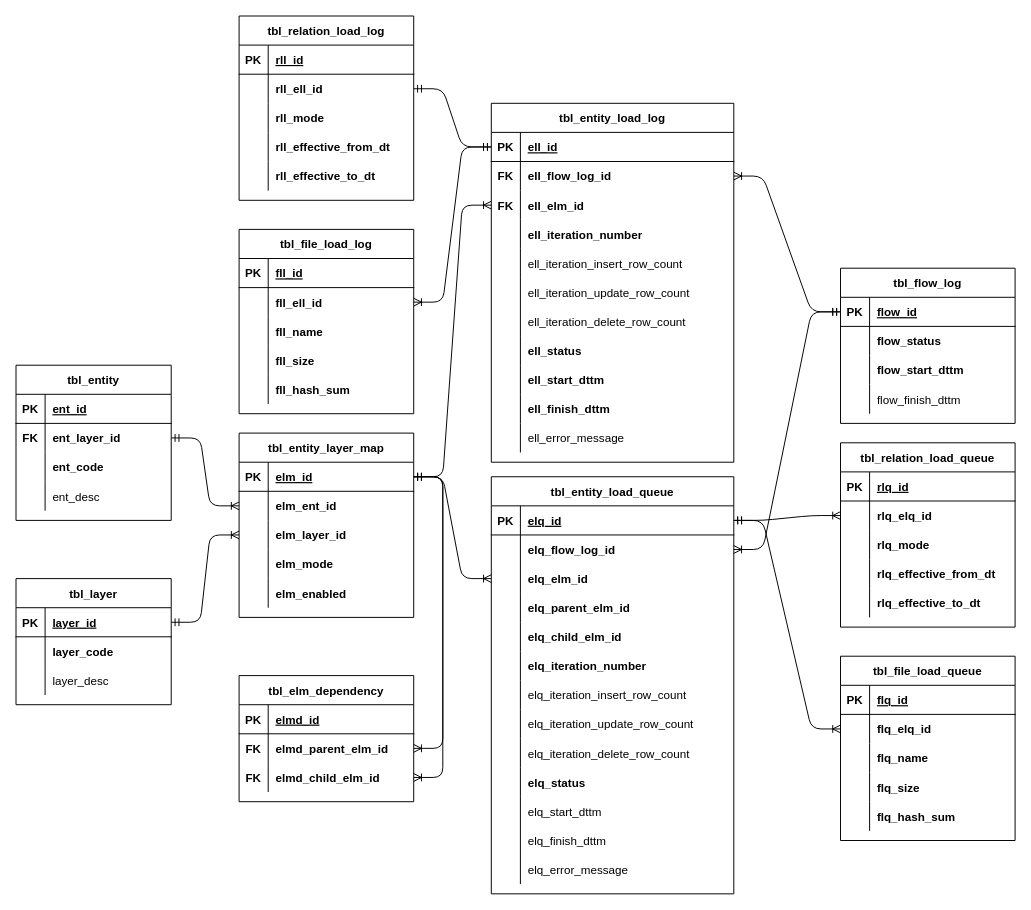
Above: erd/meta.drawio in pw095/Amanauz (draw.io), before the change. Source tidied: cells renumbered, new cells numbered last; positions are measured from the earlier drawing's top-left corner, leaving out a move shared by most shapes. Both pictures are drawn from the tidied source at 97%, with x=0, y=0 at pixel (16, 16).
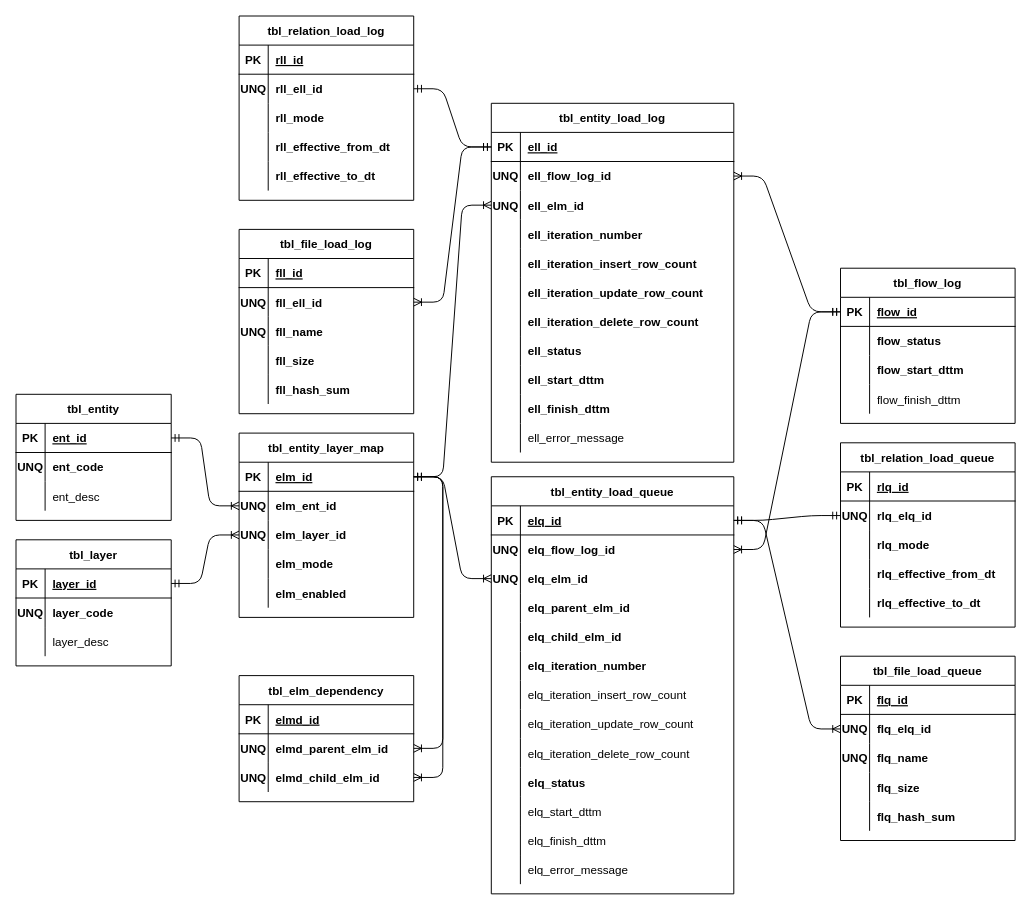
The same diagram, later.

Commit message:
Исправить опечатки в ER-диаграмме слоя метаданных

The change refers to these unchanged cells:
```xml
<mxCell id="6" style="shape=partialRectangle;fillColor=none;top=0;left=0;right=0;bottom=0;" parent="2" vertex="1">
  <mxGeometry y="60" width="160" height="30" as="geometry" />
</mxCell>
<mxCell id="26" style="shape=partialRectangle;fillColor=none;points=[[0,0.5],[1,0.5]];portConstraint=eastwest;top=0;left=0;right=0;bottom=1;" parent="25" vertex="1">
  <mxGeometry y="30" width="160" height="30" as="geometry" />
</mxCell>
<mxCell id="44" style="shape=partialRectangle;fillColor=none;top=0;left=0;bottom=0;right=0;points=[[0,0.5],[1,0.5]];portConstraint=eastwest;" parent="40" vertex="1">
  <mxGeometry y="60" width="250" height="30" as="geometry" />
</mxCell>
<mxCell id="47" style="shape=partialRectangle;fillColor=none;top=0;left=0;bottom=0;right=0;points=[[0,0.5],[1,0.5]];portConstraint=eastwest;" parent="40" vertex="1">
  <mxGeometry y="90" width="250" height="30" as="geometry" />
</mxCell>
<mxCell id="53" style="shape=partialRectangle;fillColor=none;top=0;left=0;bottom=0;right=0;" parent="40" vertex="1">
  <mxGeometry y="150" width="250" height="30" as="geometry" />
</mxCell>
<mxCell id="56" style="shape=partialRectangle;fillColor=none;top=0;left=0;bottom=0;right=0;" parent="40" vertex="1">
  <mxGeometry y="180" width="250" height="30" as="geometry" />
</mxCell>
<mxCell id="59" style="shape=partialRectangle;fillColor=none;top=0;left=0;bottom=0;right=0;" parent="40" vertex="1">
  <mxGeometry y="210" width="250" height="30" as="geometry" />
</mxCell>
<mxCell id="79" style="shape=partialRectangle;fillColor=none;top=0;left=0;bottom=0;right=0;points=[[0,0.5],[1,0.5]];portConstraint=eastwest;" parent="75" vertex="1">
  <mxGeometry y="60" width="180" height="30" as="geometry" />
</mxCell>
<mxCell id="96" style="shape=partialRectangle;fillColor=none;top=0;left=0;bottom=0;right=0;points=[[0,0.5],[1,0.5]];portConstraint=eastwest;" parent="92" vertex="1">
  <mxGeometry y="60" width="180" height="30" as="geometry" />
</mxCell>
<mxCell id="99" style="shape=partialRectangle;fillColor=none;top=0;left=0;bottom=0;right=0;" parent="92" vertex="1">
  <mxGeometry y="90" width="180" height="30" as="geometry" />
</mxCell>
<mxCell id="113" style="shape=partialRectangle;fillColor=none;top=0;left=0;bottom=0;right=0;points=[[0,0.5],[1,0.5]];portConstraint=eastwest;" parent="109" vertex="1">
  <mxGeometry y="60" width="180" height="30" as="geometry" />
</mxCell>
<mxCell id="116" style="shape=partialRectangle;fillColor=none;top=0;left=0;bottom=0;right=0;points=[[0,0.5],[1,0.5]];portConstraint=eastwest;" parent="109" vertex="1">
  <mxGeometry y="90" width="180" height="30" as="geometry" />
</mxCell>
<mxCell id="130" style="shape=partialRectangle;fillColor=none;top=0;left=0;bottom=0;right=0;points=[[0,0.5],[1,0.5]];portConstraint=eastwest;" parent="126" vertex="1">
  <mxGeometry y="60" width="180" height="30" as="geometry" />
</mxCell>
<mxCell id="133" style="shape=partialRectangle;fillColor=none;top=0;left=0;bottom=0;right=0;points=[[0,0.5],[1,0.5]];portConstraint=eastwest;" parent="126" vertex="1">
  <mxGeometry y="90" width="180" height="30" as="geometry" />
</mxCell>
<mxCell id="139" style="shape=partialRectangle;fillColor=none;top=0;left=0;bottom=1;right=0;points=[[0,0.5],[1,0.5]];portConstraint=eastwest;" parent="138" vertex="1">
  <mxGeometry y="30" width="250" height="30" as="geometry" />
</mxCell>
<mxCell id="142" style="shape=partialRectangle;fillColor=none;top=0;left=0;bottom=0;right=0;points=[[0,0.5],[1,0.5]];portConstraint=eastwest;" parent="138" vertex="1">
  <mxGeometry y="60" width="250" height="30" as="geometry" />
</mxCell>
<mxCell id="145" style="shape=partialRectangle;fillColor=none;top=0;left=0;bottom=0;right=0;points=[[0,0.5],[1,0.5]];portConstraint=eastwest;" parent="138" vertex="1">
  <mxGeometry y="90" width="250" height="30" as="geometry" />
</mxCell>
<mxCell id="184" style="shape=partialRectangle;fillColor=none;top=0;left=0;bottom=0;right=0;points=[[0,0.5],[1,0.5]];portConstraint=eastwest;" parent="180" vertex="1">
  <mxGeometry y="60" width="180" height="30" as="geometry" />
</mxCell>
<mxCell id="200" style="shape=partialRectangle;fillColor=none;top=0;left=0;bottom=0;right=0;points=[[0,0.5],[1,0.5]];portConstraint=eastwest;" parent="196" vertex="1">
  <mxGeometry y="60" width="180" height="30" as="geometry" />
</mxCell>
<mxCell id="203" style="shape=partialRectangle;fillColor=none;top=0;left=0;bottom=0;right=0;" parent="196" vertex="1">
  <mxGeometry y="90" width="180" height="30" as="geometry" />
</mxCell>
```

Diff of the diagram source:
```diff
@@
     <mxCell id="2" value="tbl_layer" style="shape=table;startSize=30;childLayout=tableLayout;rowLines=0;fontStyle=1;align=center;" parent="1" vertex="1">
-      <mxGeometry y="580" width="160" height="130" as="geometry" />
+      <mxGeometry y="540" width="160" height="130" as="geometry" />
     </mxCell>
@@
-    <mxCell id="7" style="shape=partialRectangle;overflow=hidden;fillColor=none;top=0;left=0;bottom=0;right=0;" parent="6" vertex="1">
+    <mxCell id="7" value="UNQ" style="shape=partialRectangle;overflow=hidden;fillColor=none;top=0;left=0;bottom=0;right=0;fontStyle=1;" parent="6" vertex="1">
       <mxGeometry width="30" height="30" as="geometry" />
     </mxCell>
@@
     <mxCell id="25" value="tbl_entity" style="shape=table;startSize=30;childLayout=tableLayout;rowLines=0;fontStyle=1;align=center;" parent="1" vertex="1">
-      <mxGeometry y="360" width="160" height="160" as="geometry" />
+      <mxGeometry y="390" width="160" height="130" as="geometry" />
     </mxCell>
@@
-    <mxCell id="29" style="shape=partialRectangle;fillColor=none;points=[[0,0.5],[1,0.5]];portConstraint=eastwest;top=0;left=0;right=0;bottom=0;" parent="25" vertex="1">
-      <mxGeometry y="60" width="160" height="30" as="geometry" />
-    </mxCell>
-    <mxCell id="30" value="FK" style="shape=partialRectangle;overflow=hidden;fillColor=none;top=0;left=0;bottom=0;right=0;fontStyle=1;" parent="29" vertex="1">
-      <mxGeometry width="30" height="30" as="geometry" />
-    </mxCell>
-    <mxCell id="31" value="ent_layer_id" style="shape=partialRectangle;overflow=hidden;fillColor=none;top=0;left=0;bottom=0;right=0;align=left;spacingLeft=6;fontStyle=1;" parent="29" vertex="1">
-      <mxGeometry x="30" width="130" height="30" as="geometry" />
-    </mxCell>
     <mxCell id="32" style="shape=partialRectangle;fillColor=none;top=0;left=0;right=0;bottom=0;" parent="25" vertex="1">
-      <mxGeometry y="90" width="160" height="30" as="geometry" />
+      <mxGeometry y="60" width="160" height="30" as="geometry" />
     </mxCell>
-    <mxCell id="33" style="shape=partialRectangle;overflow=hidden;fillColor=none;top=0;left=0;bottom=0;right=0;" parent="32" vertex="1">
+    <mxCell id="33" value="UNQ" style="shape=partialRectangle;overflow=hidden;fillColor=none;top=0;left=0;bottom=0;right=0;fontStyle=1;" parent="32" vertex="1">
       <mxGeometry width="30" height="30" as="geometry" />
     </mxCell>
@@
     <mxCell id="35" style="shape=partialRectangle;fillColor=none;top=0;left=0;right=0;bottom=0;" parent="25" vertex="1">
-      <mxGeometry y="120" width="160" height="30" as="geometry" />
+      <mxGeometry y="90" width="160" height="30" as="geometry" />
     </mxCell>
@@
-    <mxCell id="45" value="FK" style="shape=partialRectangle;fillColor=none;top=0;left=0;bottom=0;right=0;overflow=hidden;fontStyle=1;" parent="44" vertex="1">
+    <mxCell id="45" value="UNQ" style="shape=partialRectangle;fillColor=none;top=0;left=0;bottom=0;right=0;overflow=hidden;fontStyle=1;" parent="44" vertex="1">
       <mxGeometry width="30" height="30" as="geometry" />
     </mxCell>
@@
-    <mxCell id="48" value="FK" style="shape=partialRectangle;fillColor=none;top=0;left=0;bottom=0;right=0;overflow=hidden;fontStyle=1;" parent="47" vertex="1">
+    <mxCell id="48" value="UNQ" style="shape=partialRectangle;fillColor=none;top=0;left=0;bottom=0;right=0;overflow=hidden;fontStyle=1;" parent="47" vertex="1">
       <mxGeometry width="30" height="30" as="geometry" />
     </mxCell>
@@
-    <mxCell id="55" value="ell_iteration_insert_row_count" style="shape=partialRectangle;fillColor=none;top=0;left=0;bottom=0;right=0;align=left;spacingLeft=6;overflow=hidden;fontStyle=0;" parent="53" vertex="1">
+    <mxCell id="55" value="ell_iteration_insert_row_count" style="shape=partialRectangle;fillColor=none;top=0;left=0;bottom=0;right=0;align=left;spacingLeft=6;overflow=hidden;fontStyle=1;" parent="53" vertex="1">
       <mxGeometry x="30" width="220" height="30" as="geometry" />
     </mxCell>
@@
-    <mxCell id="58" value="ell_iteration_update_row_count" style="shape=partialRectangle;fillColor=none;top=0;left=0;bottom=0;right=0;align=left;spacingLeft=6;overflow=hidden;fontStyle=0;" parent="56" vertex="1">
+    <mxCell id="58" value="ell_iteration_update_row_count" style="shape=partialRectangle;fillColor=none;top=0;left=0;bottom=0;right=0;align=left;spacingLeft=6;overflow=hidden;fontStyle=1;" parent="56" vertex="1">
       <mxGeometry x="30" width="220" height="30" as="geometry" />
     </mxCell>
@@
-    <mxCell id="61" value="ell_iteration_delete_row_count" style="shape=partialRectangle;fillColor=none;top=0;left=0;bottom=0;right=0;align=left;spacingLeft=6;overflow=hidden;fontStyle=0;" parent="59" vertex="1">
+    <mxCell id="61" value="ell_iteration_delete_row_count" style="shape=partialRectangle;fillColor=none;top=0;left=0;bottom=0;right=0;align=left;spacingLeft=6;overflow=hidden;fontStyle=1;" parent="59" vertex="1">
       <mxGeometry x="30" width="220" height="30" as="geometry" />
     </mxCell>
@@
-    <mxCell id="80" style="shape=partialRectangle;fillColor=none;top=0;left=0;bottom=0;right=0;overflow=hidden;" parent="79" vertex="1">
+    <mxCell id="80" value="UNQ" style="shape=partialRectangle;fillColor=none;top=0;left=0;bottom=0;right=0;overflow=hidden;fontStyle=1;" parent="79" vertex="1">
       <mxGeometry width="30" height="30" as="geometry" />
     </mxCell>
@@
-    <mxCell id="97" style="shape=partialRectangle;fillColor=none;top=0;left=0;bottom=0;right=0;overflow=hidden;" parent="96" vertex="1">
+    <mxCell id="97" value="UNQ" style="shape=partialRectangle;fillColor=none;top=0;left=0;bottom=0;right=0;overflow=hidden;fontStyle=1;" parent="96" vertex="1">
       <mxGeometry width="30" height="30" as="geometry" />
     </mxCell>
@@
-    <mxCell id="100" style="shape=partialRectangle;fillColor=none;top=0;left=0;bottom=0;right=0;overflow=hidden;" parent="99" vertex="1">
+    <mxCell id="100" value="UNQ" style="shape=partialRectangle;fillColor=none;top=0;left=0;bottom=0;right=0;overflow=hidden;fontStyle=1;" parent="99" vertex="1">
       <mxGeometry width="30" height="30" as="geometry" />
     </mxCell>
@@
-    <mxCell id="114" style="shape=partialRectangle;fillColor=none;top=0;left=0;bottom=0;right=0;overflow=hidden;" parent="113" vertex="1">
+    <mxCell id="114" value="UNQ" style="shape=partialRectangle;fillColor=none;top=0;left=0;bottom=0;right=0;overflow=hidden;fontStyle=1;" parent="113" vertex="1">
       <mxGeometry width="30" height="30" as="geometry" />
     </mxCell>
@@
-    <mxCell id="117" style="shape=partialRectangle;fillColor=none;top=0;left=0;bottom=0;right=0;overflow=hidden;" parent="116" vertex="1">
+    <mxCell id="117" value="UNQ" style="shape=partialRectangle;fillColor=none;top=0;left=0;bottom=0;right=0;overflow=hidden;fontStyle=1;" parent="116" vertex="1">
       <mxGeometry width="30" height="30" as="geometry" />
     </mxCell>
@@
-    <mxCell id="125" style="edgeStyle=entityRelationEdgeStyle;fontSize=12;html=1;endArrow=ERoneToMany;startArrow=ERmandOne;" parent="1" edge="1" source="29" target="113">
+    <mxCell id="125" style="edgeStyle=entityRelationEdgeStyle;fontSize=12;html=1;endArrow=ERoneToMany;startArrow=ERmandOne;" parent="1" edge="1" source="26" target="113">
       <mxGeometry relative="1" as="geometry" />
     </mxCell>
@@
-    <mxCell id="131" value="FK" style="shape=partialRectangle;fillColor=none;top=0;left=0;bottom=0;right=0;overflow=hidden;fontStyle=1;" parent="130" vertex="1">
+    <mxCell id="131" value="UNQ" style="shape=partialRectangle;fillColor=none;top=0;left=0;bottom=0;right=0;overflow=hidden;fontStyle=1;" parent="130" vertex="1">
       <mxGeometry width="30" height="30" as="geometry" />
     </mxCell>
@@
-    <mxCell id="134" value="FK" style="shape=partialRectangle;fillColor=none;top=0;left=0;bottom=0;right=0;overflow=hidden;fontStyle=1;" parent="133" vertex="1">
+    <mxCell id="134" value="UNQ" style="shape=partialRectangle;fillColor=none;top=0;left=0;bottom=0;right=0;overflow=hidden;fontStyle=1;" parent="133" vertex="1">
       <mxGeometry width="30" height="30" as="geometry" />
     </mxCell>
@@
-    <mxCell id="143" style="shape=partialRectangle;fillColor=none;top=0;left=0;bottom=0;right=0;overflow=hidden;" parent="142" vertex="1">
+    <mxCell id="143" value="UNQ" style="shape=partialRectangle;fillColor=none;top=0;left=0;bottom=0;right=0;overflow=hidden;fontStyle=1;" parent="142" vertex="1">
       <mxGeometry width="30" height="30" as="geometry" />
     </mxCell>
@@
-    <mxCell id="146" style="shape=partialRectangle;fillColor=none;top=0;left=0;bottom=0;right=0;overflow=hidden;" parent="145" vertex="1">
+    <mxCell id="146" value="UNQ" style="shape=partialRectangle;fillColor=none;top=0;left=0;bottom=0;right=0;overflow=hidden;fontStyle=1;" parent="145" vertex="1">
       <mxGeometry width="30" height="30" as="geometry" />
     </mxCell>
@@
-    <mxCell id="185" style="shape=partialRectangle;fillColor=none;top=0;left=0;bottom=0;right=0;overflow=hidden;" parent="184" vertex="1">
+    <mxCell id="185" value="UNQ" style="shape=partialRectangle;fillColor=none;top=0;left=0;bottom=0;right=0;overflow=hidden;fontStyle=1;" parent="184" vertex="1">
       <mxGeometry width="30" height="30" as="geometry" />
     </mxCell>
@@
-    <mxCell id="201" style="shape=partialRectangle;fillColor=none;top=0;left=0;bottom=0;right=0;overflow=hidden;" parent="200" vertex="1">
+    <mxCell id="201" value="UNQ" style="shape=partialRectangle;fillColor=none;top=0;left=0;bottom=0;right=0;overflow=hidden;fontStyle=1;" parent="200" vertex="1">
       <mxGeometry width="30" height="30" as="geometry" />
     </mxCell>
@@
-    <mxCell id="204" style="shape=partialRectangle;fillColor=none;top=0;left=0;bottom=0;right=0;overflow=hidden;" parent="203" vertex="1">
+    <mxCell id="204" value="UNQ" style="shape=partialRectangle;fillColor=none;top=0;left=0;bottom=0;right=0;overflow=hidden;fontStyle=1;" parent="203" vertex="1">
       <mxGeometry width="30" height="30" as="geometry" />
     </mxCell>
@@
-    <mxCell id="212" style="edgeStyle=entityRelationEdgeStyle;fontSize=12;html=1;endArrow=ERoneToMany;startArrow=ERmandOne;jumpStyle=none;" parent="1" edge="1" source="139" target="184">
+    <mxCell id="212" style="edgeStyle=entityRelationEdgeStyle;fontSize=12;html=1;endArrow=ERmandOne;startArrow=ERmandOne;jumpStyle=none;endFill=0;" parent="1" edge="1" source="139" target="184">
       <mxGeometry relative="1" as="geometry" />
     </mxCell>
```
